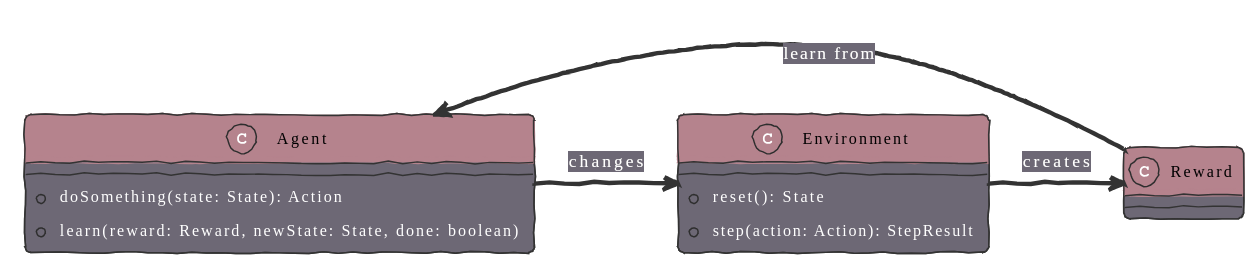
Above: content/work/learning-gb/images/reinforcement.svg in sofianedjerbi/sofianedjerbi.com (PlantUML), before the change.
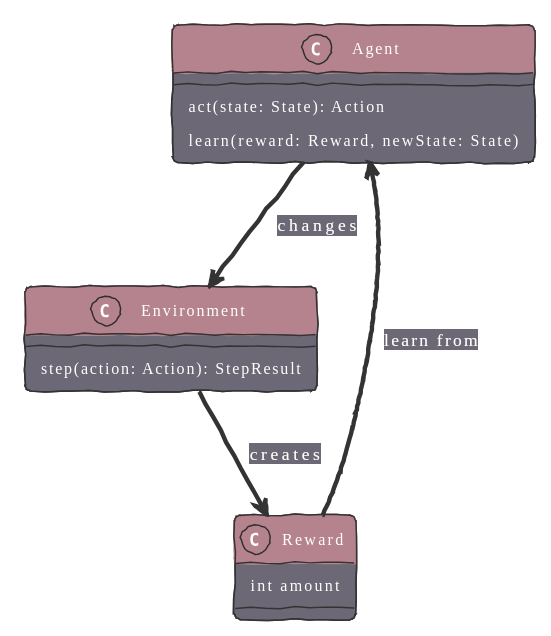
The same file after the commit.

Commit message:
Fix article and blog path

Diff of the diagram source:
```diff
@@ -1,26 +1,24 @@
 @startuml
 !theme sketchy
 
-skinparam classBackgroundColor #6D6875
+skinparam ClassBackgroundColor #6D6875
 skinparam classHeaderBackgroundColor #B5838D
-skinparam classFontColor automatic
-skinparam FontColor #FF6655
+
 
 class Agent {
-  +doSomething(state: State): Action
-  +learn(reward: Reward, newState: State, done: boolean)
+  act(state: State): Action
+  learn(reward: Reward, newState: State)
 }
 
 class Environment {
-  +reset(): State
-  +step(action: Action): StepResult
+  step(action: Action): StepResult
 }
 
-
 class Reward {
+  int amount
 }
 
-Agent -> Environment : <back:6D6875>changes
-Environment -> Reward : <back:6D6875>creates
-Reward -> Agent : <back:6D6875>learn from
+Agent --> Environment : <back:#6D6875>changes
+Environment --> Reward : <back:#6D6875>creates
+Reward --> Agent : <back:#6D6875>learn from
 @enduml
```
